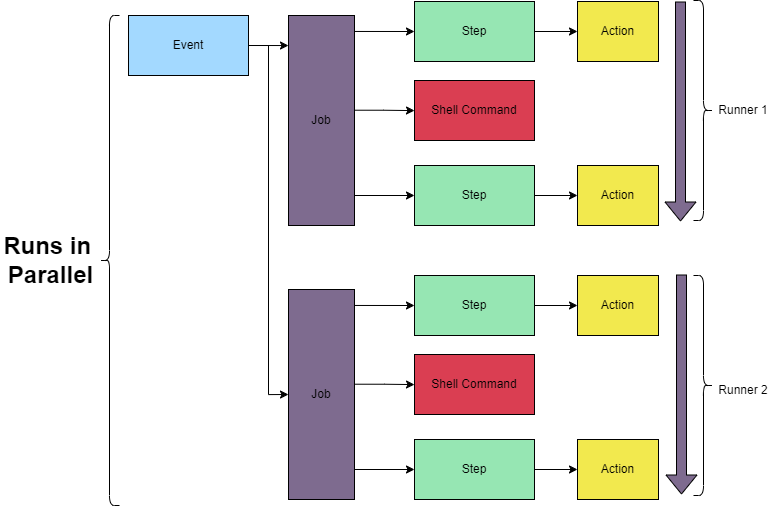
codebytes/github-actions-demos keeps this draw.io diagram as slides/img/job-runner.drawio.png. Above is the earlier version. Source tidied: cells renumbered, new cells last; positions are measured from the earlier drawing's top-left corner, leaving out a move shared by most shapes.
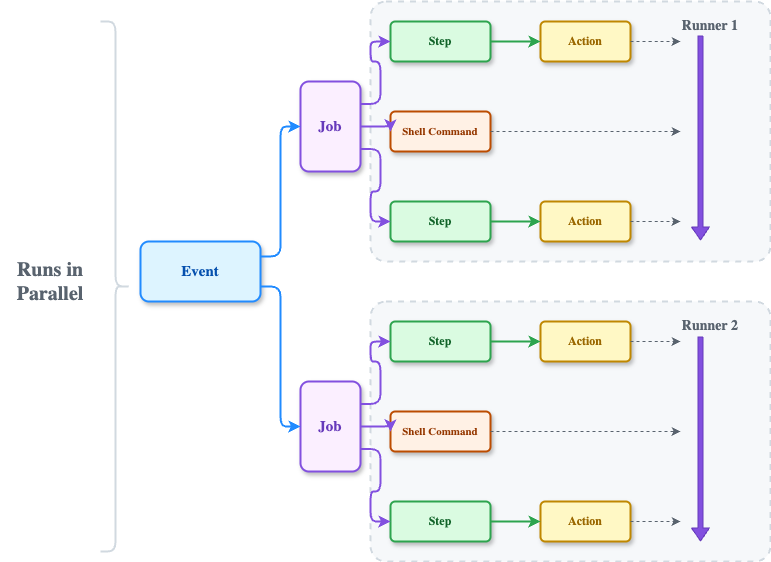
The same file after the commit.

The edit, as a diff of the source:
```diff
@@ -2,118 +2,140 @@
   <root>
     <mxCell id="0" />
     <mxCell id="1" parent="0" />
-    <mxCell id="2" style="edgeStyle=orthogonalEdgeStyle;rounded=0;jettySize=auto;html=1;entryX=0;entryY=0.5;entryDx=0;entryDy=0;" parent="1" edge="1" source="3" target="16">
-      <mxGeometry relative="1" as="geometry" />
-    </mxCell>
+    <mxCell id="31" value="&lt;b&gt;Runs in&lt;br&gt;Parallel&lt;/b&gt;" style="text;html=1;strokeColor=none;fillColor=none;align=center;verticalAlign=middle;whiteSpace=wrap;rounded=0;fontSize=20;fontColor=#59636e;fontFamily=Segoe UI;" parent="1" vertex="1">
+      <mxGeometry x="-92" y="135" width="100" height="60" as="geometry" />
+    </mxCell>
+    <mxCell id="35" style="shape=curlyBracket;whiteSpace=wrap;html=1;rounded=1;flipH=1;size=0.5;strokeColor=#d1d9e0;strokeWidth=2;" parent="1" vertex="1">
+      <mxGeometry x="8" y="-95" width="30" height="530" as="geometry" />
+    </mxCell>
+    <mxCell id="36" style="rounded=1;whiteSpace=wrap;html=1;fillColor=#f6f8fa;strokeColor=#d1d9e0;strokeWidth=2;arcSize=6;dashed=1;" parent="1" vertex="1">
+      <mxGeometry x="278" y="-115" width="400" height="260" as="geometry" />
+    </mxCell>
+    <mxCell id="33" value="&lt;b&gt;Runner 1&lt;/b&gt;" style="text;html=1;strokeColor=none;fillColor=none;align=right;verticalAlign=top;whiteSpace=wrap;rounded=0;fontSize=14;fontColor=#59636e;fontFamily=Segoe UI;" parent="1" vertex="1">
+      <mxGeometry x="558" y="-105" width="90" height="24" as="geometry" />
+    </mxCell>
-    <mxCell id="3" value="Event" style="rounded=0;whiteSpace=wrap;html=1;fillColor=#A3D9FF;fontColor=#000000;strokeColor=#000000;labelBackgroundColor=none;" parent="1" vertex="1">
-      <mxGeometry x="128" y="15" width="120" height="60" as="geometry" />
+    <mxCell id="3" value="&lt;b&gt;Event&lt;/b&gt;" style="rounded=1;whiteSpace=wrap;html=1;fillColor=#ddf4ff;strokeColor=#218bff;strokeWidth=2;arcSize=14;fontSize=15;fontColor=#0550ae;fontFamily=Segoe UI;shadow=1;" parent="1" vertex="1">
+      <mxGeometry x="48" y="125" width="120" height="60" as="geometry" />
     </mxCell>
-    <mxCell id="4" style="edgeStyle=orthogonalEdgeStyle;rounded=0;jettySize=auto;html=1;exitX=0.967;exitY=0.076;exitDx=0;exitDy=0;exitPerimeter=0;entryX=0;entryY=0.5;entryDx=0;entryDy=0;" parent="1" edge="1" target="7">
-      <mxGeometry relative="1" as="geometry">
-        <mxPoint x="350" y="31" as="sourcePoint" />
-      </mxGeometry>
-    </mxCell>
-    <mxCell id="5" style="edgeStyle=orthogonalEdgeStyle;rounded=0;jettySize=auto;html=1;exitX=0.983;exitY=0.451;exitDx=0;exitDy=0;exitPerimeter=0;" parent="1" edge="1" target="9">
-      <mxGeometry relative="1" as="geometry">
-        <mxPoint x="352" y="109.7" as="sourcePoint" />
-      </mxGeometry>
-    </mxCell>
-    <mxCell id="6" style="edgeStyle=orthogonalEdgeStyle;rounded=0;jettySize=auto;html=1;" parent="1" edge="1" source="7" target="8">
-      <mxGeometry relative="1" as="geometry" />
-    </mxCell>
-    <mxCell id="7" value="Step" style="whiteSpace=wrap;html=1;rounded=0;fontColor=#000000;fillColor=#96E6B3;strokeColor=#000000;" parent="1" vertex="1">
-      <mxGeometry x="414" y="1" width="120" height="60" as="geometry" />
-    </mxCell>
-    <mxCell id="8" value="Action" style="whiteSpace=wrap;html=1;rounded=0;fontColor=#000000;fillColor=#F2E94E;strokeColor=#000000;" parent="1" vertex="1">
-      <mxGeometry x="577" y="1" width="81" height="60" as="geometry" />
-    </mxCell>
-    <mxCell id="9" value="Shell Command" style="whiteSpace=wrap;html=1;rounded=0;fillColor=#DA3E52;strokeColor=#000000;fontColor=#000000;" parent="1" vertex="1">
-      <mxGeometry x="414" y="80" width="120" height="60" as="geometry" />
-    </mxCell>
-    <mxCell id="10" style="edgeStyle=orthogonalEdgeStyle;rounded=0;jettySize=auto;html=1;" parent="1" edge="1" source="11" target="12">
-      <mxGeometry relative="1" as="geometry" />
-    </mxCell>
-    <mxCell id="11" value="Step" style="whiteSpace=wrap;html=1;rounded=0;fontColor=#000000;fillColor=#96E6B3;strokeColor=#000000;" parent="1" vertex="1">
-      <mxGeometry x="414" y="165" width="120" height="60" as="geometry" />
-    </mxCell>
-    <mxCell id="12" value="Action" style="whiteSpace=wrap;html=1;rounded=0;fontColor=#000000;fillColor=#F2E94E;strokeColor=#000000;" parent="1" vertex="1">
-      <mxGeometry x="577" y="165" width="81" height="60" as="geometry" />
-    </mxCell>
-    <mxCell id="13" style="edgeStyle=orthogonalEdgeStyle;rounded=0;jettySize=auto;html=1;entryX=0;entryY=0.5;entryDx=0;entryDy=0;" parent="1" edge="1" target="11">
-      <mxGeometry relative="1" as="geometry">
-        <mxPoint x="354" y="195" as="sourcePoint" />
-      </mxGeometry>
-    </mxCell>
-    <mxCell id="14" style="edgeStyle=orthogonalEdgeStyle;rounded=0;jettySize=auto;html=1;exitX=0.967;exitY=0.076;exitDx=0;exitDy=0;exitPerimeter=0;entryX=0;entryY=0.5;entryDx=0;entryDy=0;" parent="1" edge="1" source="16" target="18">
-      <mxGeometry relative="1" as="geometry" />
-    </mxCell>
-    <mxCell id="15" style="edgeStyle=orthogonalEdgeStyle;rounded=0;jettySize=auto;html=1;exitX=0.983;exitY=0.451;exitDx=0;exitDy=0;exitPerimeter=0;" parent="1" edge="1" source="16" target="20">
-      <mxGeometry relative="1" as="geometry" />
-    </mxCell>
-    <mxCell id="16" value="Job" style="rounded=0;whiteSpace=wrap;html=1;fillColor=#7E6B8F;fontColor=#000000;strokeColor=#000000;" parent="1" vertex="1">
-      <mxGeometry x="288" y="289" width="66" height="210" as="geometry" />
-    </mxCell>
-    <mxCell id="17" style="edgeStyle=orthogonalEdgeStyle;rounded=0;jettySize=auto;html=1;" parent="1" edge="1" source="18" target="19">
-      <mxGeometry relative="1" as="geometry" />
-    </mxCell>
-    <mxCell id="18" value="Step" style="whiteSpace=wrap;html=1;rounded=0;fontColor=#000000;fillColor=#96E6B3;strokeColor=#000000;" parent="1" vertex="1">
-      <mxGeometry x="414" y="275" width="120" height="60" as="geometry" />
-    </mxCell>
-    <mxCell id="19" value="Action" style="whiteSpace=wrap;html=1;rounded=0;fontColor=#000000;fillColor=#F2E94E;strokeColor=#000000;" parent="1" vertex="1">
-      <mxGeometry x="577" y="275" width="81" height="60" as="geometry" />
-    </mxCell>
-    <mxCell id="20" value="Shell Command" style="whiteSpace=wrap;html=1;rounded=0;fillColor=#DA3E52;strokeColor=#000000;fontColor=#000000;" parent="1" vertex="1">
-      <mxGeometry x="414" y="354" width="120" height="60" as="geometry" />
-    </mxCell>
-    <mxCell id="21" style="edgeStyle=orthogonalEdgeStyle;rounded=0;jettySize=auto;html=1;" parent="1" edge="1" source="22" target="23">
-      <mxGeometry relative="1" as="geometry" />
-    </mxCell>
-    <mxCell id="22" value="Step" style="whiteSpace=wrap;html=1;rounded=0;fontColor=#000000;fillColor=#96E6B3;strokeColor=#000000;" parent="1" vertex="1">
-      <mxGeometry x="414" y="439" width="120" height="60" as="geometry" />
-    </mxCell>
-    <mxCell id="23" value="Action" style="whiteSpace=wrap;html=1;rounded=0;fontColor=#000000;fillColor=#F2E94E;strokeColor=#000000;" parent="1" vertex="1">
-      <mxGeometry x="577" y="439" width="81" height="60" as="geometry" />
-    </mxCell>
-    <mxCell id="24" style="edgeStyle=orthogonalEdgeStyle;rounded=0;jettySize=auto;html=1;entryX=0;entryY=0.5;entryDx=0;entryDy=0;" parent="1" edge="1" target="22">
-      <mxGeometry relative="1" as="geometry">
-        <mxPoint x="354" y="469" as="sourcePoint" />
-      </mxGeometry>
-    </mxCell>
-    <mxCell id="25" style="edgeStyle=orthogonalEdgeStyle;rounded=0;jettySize=auto;html=1;exitX=1;exitY=0.5;exitDx=0;exitDy=0;entryX=0;entryY=0.143;entryDx=0;entryDy=0;entryPerimeter=0;" parent="1" edge="1" source="3" target="32">
-      <mxGeometry relative="1" as="geometry" />
-    </mxCell>
-    <mxCell id="26" style="shape=curlyBracket;whiteSpace=wrap;html=1;rounded=1;flipH=1;labelPosition=right;verticalLabelPosition=middle;align=left;verticalAlign=middle;" parent="1" vertex="1">
-      <mxGeometry x="693" width="20" height="220" as="geometry" />
-    </mxCell>
-    <mxCell id="27" style="shape=curlyBracket;whiteSpace=wrap;html=1;rounded=1;flipH=1;labelPosition=right;verticalLabelPosition=middle;align=left;verticalAlign=middle;" parent="1" vertex="1">
-      <mxGeometry x="693" y="275" width="20" height="220" as="geometry" />
-    </mxCell>
-    <mxCell id="28" style="shape=flexArrow;endArrow=classic;html=1;fillColor=#7E6B8F;" parent="1" edge="1">
-      <mxGeometry relative="1" as="geometry">
-        <mxPoint x="680" y="1" as="sourcePoint" />
-        <mxPoint x="680" y="221" as="targetPoint" />
-      </mxGeometry>
-    </mxCell>
-    <mxCell id="29" style="shape=flexArrow;endArrow=classic;html=1;fillColor=#7E6B8F;" parent="1" edge="1">
-      <mxGeometry relative="1" as="geometry">
-        <mxPoint x="681" y="274" as="sourcePoint" />
-        <mxPoint x="681" y="494" as="targetPoint" />
-      </mxGeometry>
-    </mxCell>
-    <mxCell id="30" style="shape=curlyBracket;whiteSpace=wrap;html=1;rounded=1;labelPosition=left;verticalLabelPosition=middle;align=right;verticalAlign=middle;" parent="1" vertex="1">
-      <mxGeometry x="99" y="15" width="20" height="490" as="geometry" />
-    </mxCell>
-    <mxCell id="31" value="Runs in&amp;nbsp;&lt;br&gt;Parallel" style="text;strokeColor=none;fillColor=none;html=1;fontSize=24;fontStyle=1;verticalAlign=middle;align=center;" parent="1" vertex="1">
-      <mxGeometry y="240" width="100" height="40" as="geometry" />
-    </mxCell>
-    <mxCell id="32" value="Job" style="rounded=0;whiteSpace=wrap;html=1;fillColor=#7E6B8F;fontColor=#000000;strokeColor=#000000;" parent="1" vertex="1">
-      <mxGeometry x="288" y="15" width="66" height="210" as="geometry" />
-    </mxCell>
-    <mxCell id="33" value="Runner 1" style="text;html=1;strokeColor=none;fillColor=none;align=center;verticalAlign=middle;whiteSpace=wrap;rounded=0;" parent="1" vertex="1">
-      <mxGeometry x="713" y="95" width="60" height="30" as="geometry" />
-    </mxCell>
+    <mxCell id="37" value="&lt;b&gt;Job&lt;/b&gt;" style="rounded=1;whiteSpace=wrap;html=1;fillColor=#fbefff;strokeColor=#8250df;strokeWidth=2;arcSize=14;fontSize=15;fontColor=#6639ba;fontFamily=Segoe UI;shadow=1;" parent="1" vertex="1">
+      <mxGeometry x="208" y="-35" width="60" height="90" as="geometry" />
+    </mxCell>
+    <mxCell id="38" value="&lt;b&gt;Step&lt;/b&gt;" style="rounded=1;whiteSpace=wrap;html=1;fillColor=#dafbe1;strokeColor=#2da44e;strokeWidth=2;arcSize=12;fontSize=12;fontColor=#116329;fontFamily=Segoe UI;shadow=1;" parent="1" vertex="1">
+      <mxGeometry x="298" y="-95" width="100" height="40" as="geometry" />
+    </mxCell>
+    <mxCell id="39" value="&lt;b&gt;Shell Command&lt;/b&gt;" style="rounded=1;whiteSpace=wrap;html=1;fillColor=#fff1e5;strokeColor=#bc4c00;strokeWidth=2;arcSize=12;fontSize=11;fontColor=#953800;fontFamily=Segoe UI;shadow=1;" parent="1" vertex="1">
+      <mxGeometry x="298" y="-5" width="100" height="40" as="geometry" />
+    </mxCell>
+    <mxCell id="40" value="&lt;b&gt;Step&lt;/b&gt;" style="rounded=1;whiteSpace=wrap;html=1;fillColor=#dafbe1;strokeColor=#2da44e;strokeWidth=2;arcSize=12;fontSize=12;fontColor=#116329;fontFamily=Segoe UI;shadow=1;" parent="1" vertex="1">
+      <mxGeometry x="298" y="85" width="100" height="40" as="geometry" />
+    </mxCell>
+    <mxCell id="41" value="&lt;b&gt;Action&lt;/b&gt;" style="rounded=1;whiteSpace=wrap;html=1;fillColor=#fff8c5;strokeColor=#bf8700;strokeWidth=2;arcSize=12;fontSize=12;fontColor=#9a6700;fontFamily=Segoe UI;shadow=1;" parent="1" vertex="1">
+      <mxGeometry x="448" y="-95" width="90" height="40" as="geometry" />
+    </mxCell>
+    <mxCell id="42" value="&lt;b&gt;Action&lt;/b&gt;" style="rounded=1;whiteSpace=wrap;html=1;fillColor=#fff8c5;strokeColor=#bf8700;strokeWidth=2;arcSize=12;fontSize=12;fontColor=#9a6700;fontFamily=Segoe UI;shadow=1;" parent="1" vertex="1">
+      <mxGeometry x="448" y="85" width="90" height="40" as="geometry" />
+    </mxCell>
+    <mxCell id="43" style="shape=flexArrow;endArrow=classic;html=1;fillColor=#8250df;strokeColor=#6639ba;endWidth=12;endSize=4;width=5;" parent="1" edge="1">
+      <mxGeometry relative="1" as="geometry">
+        <mxPoint x="608" y="-81" as="sourcePoint" />
+        <mxPoint x="608" y="124" as="targetPoint" />
+      </mxGeometry>
+    </mxCell>
+    <mxCell id="44" style="edgeStyle=orthogonalEdgeStyle;rounded=1;jettySize=auto;html=1;strokeColor=#8250df;strokeWidth=2;exitX=1;exitY=0.25;exitDx=0;exitDy=0;entryX=0;entryY=0.5;entryDx=0;entryDy=0;" parent="1" edge="1" source="37" target="38">
+      <mxGeometry relative="1" as="geometry" />
+    </mxCell>
+    <mxCell id="45" style="edgeStyle=orthogonalEdgeStyle;rounded=1;jettySize=auto;html=1;strokeColor=#8250df;strokeWidth=2;exitX=1;exitY=0.5;exitDx=0;exitDy=0;entryX=0;entryY=0.5;entryDx=0;entryDy=0;" parent="1" edge="1" source="37" target="39">
+      <mxGeometry relative="1" as="geometry" />
+    </mxCell>
+    <mxCell id="46" style="edgeStyle=orthogonalEdgeStyle;rounded=1;jettySize=auto;html=1;strokeColor=#8250df;strokeWidth=2;exitX=1;exitY=0.75;exitDx=0;exitDy=0;entryX=0;entryY=0.5;entryDx=0;entryDy=0;" parent="1" edge="1" source="37" target="40">
+      <mxGeometry relative="1" as="geometry" />
+    </mxCell>
+    <mxCell id="47" style="edgeStyle=orthogonalEdgeStyle;rounded=1;jettySize=auto;html=1;strokeColor=#2da44e;strokeWidth=2;exitX=1;exitY=0.5;exitDx=0;exitDy=0;entryX=0;entryY=0.5;entryDx=0;entryDy=0;" parent="1" edge="1" source="38" target="41">
+      <mxGeometry relative="1" as="geometry" />
+    </mxCell>
+    <mxCell id="48" style="edgeStyle=orthogonalEdgeStyle;rounded=1;jettySize=auto;html=1;strokeColor=#2da44e;strokeWidth=2;exitX=1;exitY=0.5;exitDx=0;exitDy=0;entryX=0;entryY=0.5;entryDx=0;entryDy=0;" parent="1" edge="1" source="40" target="42">
+      <mxGeometry relative="1" as="geometry" />
+    </mxCell>
+    <mxCell id="49" style="edgeStyle=orthogonalEdgeStyle;rounded=1;html=1;strokeColor=#59636e;strokeWidth=1;dashed=1;exitX=1;exitY=0.5;exitDx=0;exitDy=0;" parent="1" edge="1" source="41">
+      <mxGeometry relative="1" as="geometry">
+        <mxPoint x="588" y="-75" as="targetPoint" />
+      </mxGeometry>
+    </mxCell>
+    <mxCell id="50" style="edgeStyle=orthogonalEdgeStyle;rounded=1;html=1;strokeColor=#59636e;strokeWidth=1;dashed=1;exitX=1;exitY=0.5;exitDx=0;exitDy=0;" parent="1" edge="1" source="39">
+      <mxGeometry relative="1" as="geometry">
+        <mxPoint x="588" y="15" as="targetPoint" />
+      </mxGeometry>
+    </mxCell>
+    <mxCell id="51" style="edgeStyle=orthogonalEdgeStyle;rounded=1;html=1;strokeColor=#59636e;strokeWidth=1;dashed=1;exitX=1;exitY=0.5;exitDx=0;exitDy=0;" parent="1" edge="1" source="42">
+      <mxGeometry relative="1" as="geometry">
+        <mxPoint x="588" y="105" as="targetPoint" />
+      </mxGeometry>
+    </mxCell>
+    <mxCell id="52" style="rounded=1;whiteSpace=wrap;html=1;fillColor=#f6f8fa;strokeColor=#d1d9e0;strokeWidth=2;arcSize=6;dashed=1;" parent="1" vertex="1">
+      <mxGeometry x="278" y="185" width="400" height="260" as="geometry" />
+    </mxCell>
-    <mxCell id="34" value="Runner 2" style="text;html=1;strokeColor=none;fillColor=none;align=center;verticalAlign=middle;whiteSpace=wrap;rounded=0;" parent="1" vertex="1">
-      <mxGeometry x="713" y="375" width="60" height="30" as="geometry" />
+    <mxCell id="34" value="&lt;b&gt;Runner 2&lt;/b&gt;" style="text;html=1;strokeColor=none;fillColor=none;align=right;verticalAlign=top;whiteSpace=wrap;rounded=0;fontSize=14;fontColor=#59636e;fontFamily=Segoe UI;" parent="1" vertex="1">
+      <mxGeometry x="558" y="195" width="90" height="24" as="geometry" />
     </mxCell>
+    <mxCell id="53" value="&lt;b&gt;Job&lt;/b&gt;" style="rounded=1;whiteSpace=wrap;html=1;fillColor=#fbefff;strokeColor=#8250df;strokeWidth=2;arcSize=14;fontSize=15;fontColor=#6639ba;fontFamily=Segoe UI;shadow=1;" parent="1" vertex="1">
+      <mxGeometry x="208" y="265" width="60" height="90" as="geometry" />
+    </mxCell>
+    <mxCell id="54" value="&lt;b&gt;Step&lt;/b&gt;" style="rounded=1;whiteSpace=wrap;html=1;fillColor=#dafbe1;strokeColor=#2da44e;strokeWidth=2;arcSize=12;fontSize=12;fontColor=#116329;fontFamily=Segoe UI;shadow=1;" parent="1" vertex="1">
+      <mxGeometry x="298" y="205" width="100" height="40" as="geometry" />
+    </mxCell>
+    <mxCell id="55" value="&lt;b&gt;Shell Command&lt;/b&gt;" style="rounded=1;whiteSpace=wrap;html=1;fillColor=#fff1e5;strokeColor=#bc4c00;strokeWidth=2;arcSize=12;fontSize=11;fontColor=#953800;fontFamily=Segoe UI;shadow=1;" parent="1" vertex="1">
+      <mxGeometry x="298" y="295" width="100" height="40" as="geometry" />
+    </mxCell>
+    <mxCell id="56" value="&lt;b&gt;Step&lt;/b&gt;" style="rounded=1;whiteSpace=wrap;html=1;fillColor=#dafbe1;strokeColor=#2da44e;strokeWidth=2;arcSize=12;fontSize=12;fontColor=#116329;fontFamily=Segoe UI;shadow=1;" parent="1" vertex="1">
+      <mxGeometry x="298" y="385" width="100" height="40" as="geometry" />
+    </mxCell>
+    <mxCell id="57" value="&lt;b&gt;Action&lt;/b&gt;" style="rounded=1;whiteSpace=wrap;html=1;fillColor=#fff8c5;strokeColor=#bf8700;strokeWidth=2;arcSize=12;fontSize=12;fontColor=#9a6700;fontFamily=Segoe UI;shadow=1;" parent="1" vertex="1">
+      <mxGeometry x="448" y="205" width="90" height="40" as="geometry" />
+    </mxCell>
+    <mxCell id="58" value="&lt;b&gt;Action&lt;/b&gt;" style="rounded=1;whiteSpace=wrap;html=1;fillColor=#fff8c5;strokeColor=#bf8700;strokeWidth=2;arcSize=12;fontSize=12;fontColor=#9a6700;fontFamily=Segoe UI;shadow=1;" parent="1" vertex="1">
+      <mxGeometry x="448" y="385" width="90" height="40" as="geometry" />
+    </mxCell>
+    <mxCell id="59" style="shape=flexArrow;endArrow=classic;html=1;fillColor=#8250df;strokeColor=#6639ba;endWidth=12;endSize=4;width=5;" parent="1" edge="1">
+      <mxGeometry relative="1" as="geometry">
+        <mxPoint x="608" y="220" as="sourcePoint" />
+        <mxPoint x="608" y="425" as="targetPoint" />
+      </mxGeometry>
+    </mxCell>
+    <mxCell id="60" style="edgeStyle=orthogonalEdgeStyle;rounded=1;jettySize=auto;html=1;strokeColor=#8250df;strokeWidth=2;exitX=1;exitY=0.25;exitDx=0;exitDy=0;entryX=0;entryY=0.5;entryDx=0;entryDy=0;" parent="1" edge="1" source="53" target="54">
+      <mxGeometry relative="1" as="geometry" />
+    </mxCell>
+    <mxCell id="61" style="edgeStyle=orthogonalEdgeStyle;rounded=1;jettySize=auto;html=1;strokeColor=#8250df;strokeWidth=2;exitX=1;exitY=0.5;exitDx=0;exitDy=0;entryX=0;entryY=0.5;entryDx=0;entryDy=0;" parent="1" edge="1" source="53" target="55">
+      <mxGeometry relative="1" as="geometry" />
+    </mxCell>
+    <mxCell id="62" style="edgeStyle=orthogonalEdgeStyle;rounded=1;jettySize=auto;html=1;strokeColor=#8250df;strokeWidth=2;exitX=1;exitY=0.75;exitDx=0;exitDy=0;entryX=0;entryY=0.5;entryDx=0;entryDy=0;" parent="1" edge="1" source="53" target="56">
+      <mxGeometry relative="1" as="geometry" />
+    </mxCell>
+    <mxCell id="63" style="edgeStyle=orthogonalEdgeStyle;rounded=1;jettySize=auto;html=1;strokeColor=#2da44e;strokeWidth=2;exitX=1;exitY=0.5;exitDx=0;exitDy=0;entryX=0;entryY=0.5;entryDx=0;entryDy=0;" parent="1" edge="1" source="54" target="57">
+      <mxGeometry relative="1" as="geometry" />
+    </mxCell>
+    <mxCell id="64" style="edgeStyle=orthogonalEdgeStyle;rounded=1;jettySize=auto;html=1;strokeColor=#2da44e;strokeWidth=2;exitX=1;exitY=0.5;exitDx=0;exitDy=0;entryX=0;entryY=0.5;entryDx=0;entryDy=0;" parent="1" edge="1" source="56" target="58">
+      <mxGeometry relative="1" as="geometry" />
+    </mxCell>
+    <mxCell id="65" style="edgeStyle=orthogonalEdgeStyle;rounded=1;html=1;strokeColor=#59636e;strokeWidth=1;dashed=1;exitX=1;exitY=0.5;exitDx=0;exitDy=0;" parent="1" edge="1" source="57">
+      <mxGeometry relative="1" as="geometry">
+        <mxPoint x="588" y="225" as="targetPoint" />
+      </mxGeometry>
+    </mxCell>
+    <mxCell id="66" style="edgeStyle=orthogonalEdgeStyle;rounded=1;html=1;strokeColor=#59636e;strokeWidth=1;dashed=1;exitX=1;exitY=0.5;exitDx=0;exitDy=0;" parent="1" edge="1" source="55">
+      <mxGeometry relative="1" as="geometry">
+        <mxPoint x="588" y="315" as="targetPoint" />
+      </mxGeometry>
+    </mxCell>
+    <mxCell id="67" style="edgeStyle=orthogonalEdgeStyle;rounded=1;html=1;strokeColor=#59636e;strokeWidth=1;dashed=1;exitX=1;exitY=0.5;exitDx=0;exitDy=0;" parent="1" edge="1" source="58">
+      <mxGeometry relative="1" as="geometry">
+        <mxPoint x="588" y="405" as="targetPoint" />
+      </mxGeometry>
+    </mxCell>
+    <mxCell id="68" style="edgeStyle=orthogonalEdgeStyle;rounded=1;jettySize=auto;html=1;strokeColor=#218bff;strokeWidth=2;exitX=1;exitY=0.25;exitDx=0;exitDy=0;entryX=0;entryY=0.5;entryDx=0;entryDy=0;" parent="1" edge="1" source="3" target="37">
+      <mxGeometry relative="1" as="geometry" />
+    </mxCell>
+    <mxCell id="69" style="edgeStyle=orthogonalEdgeStyle;rounded=1;jettySize=auto;html=1;strokeColor=#218bff;strokeWidth=2;exitX=1;exitY=0.75;exitDx=0;exitDy=0;entryX=0;entryY=0.5;entryDx=0;entryDy=0;" parent="1" edge="1" source="3" target="53">
+      <mxGeometry relative="1" as="geometry" />
+    </mxCell>
   </root>
 </mxGraphModel>
```
